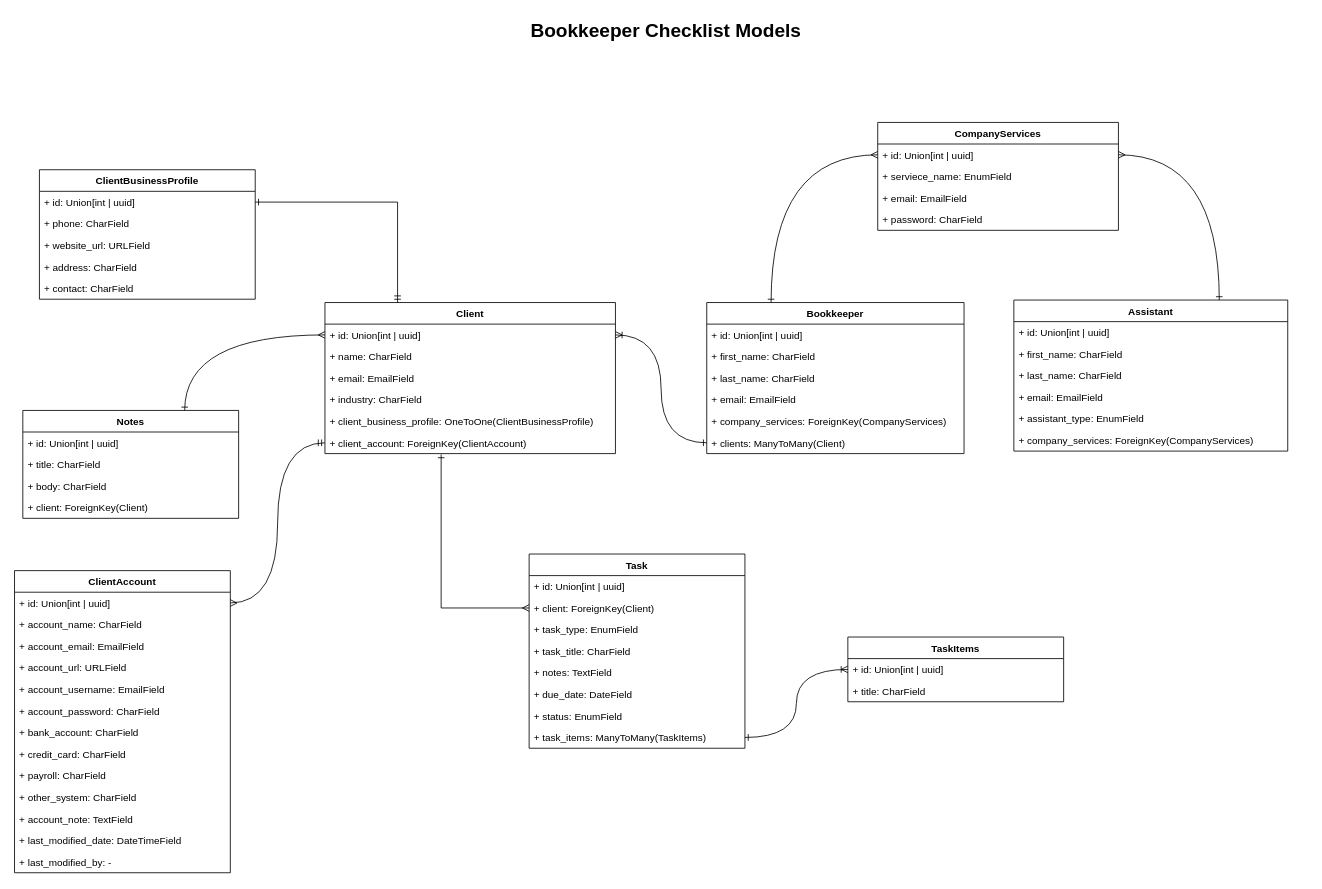
Before: docs/BookkeeperChecklistModels.drawio in ibm-luq95/bookkeeper-checklist, a draw.io diagram. Source tidied: cells renumbered, new cells numbered last; positions are measured from the earlier drawing's top-left corner, leaving out a move shared by most shapes. Both pictures are drawn from the tidied source at 83%, with x=0, y=0 at pixel (14, 14).
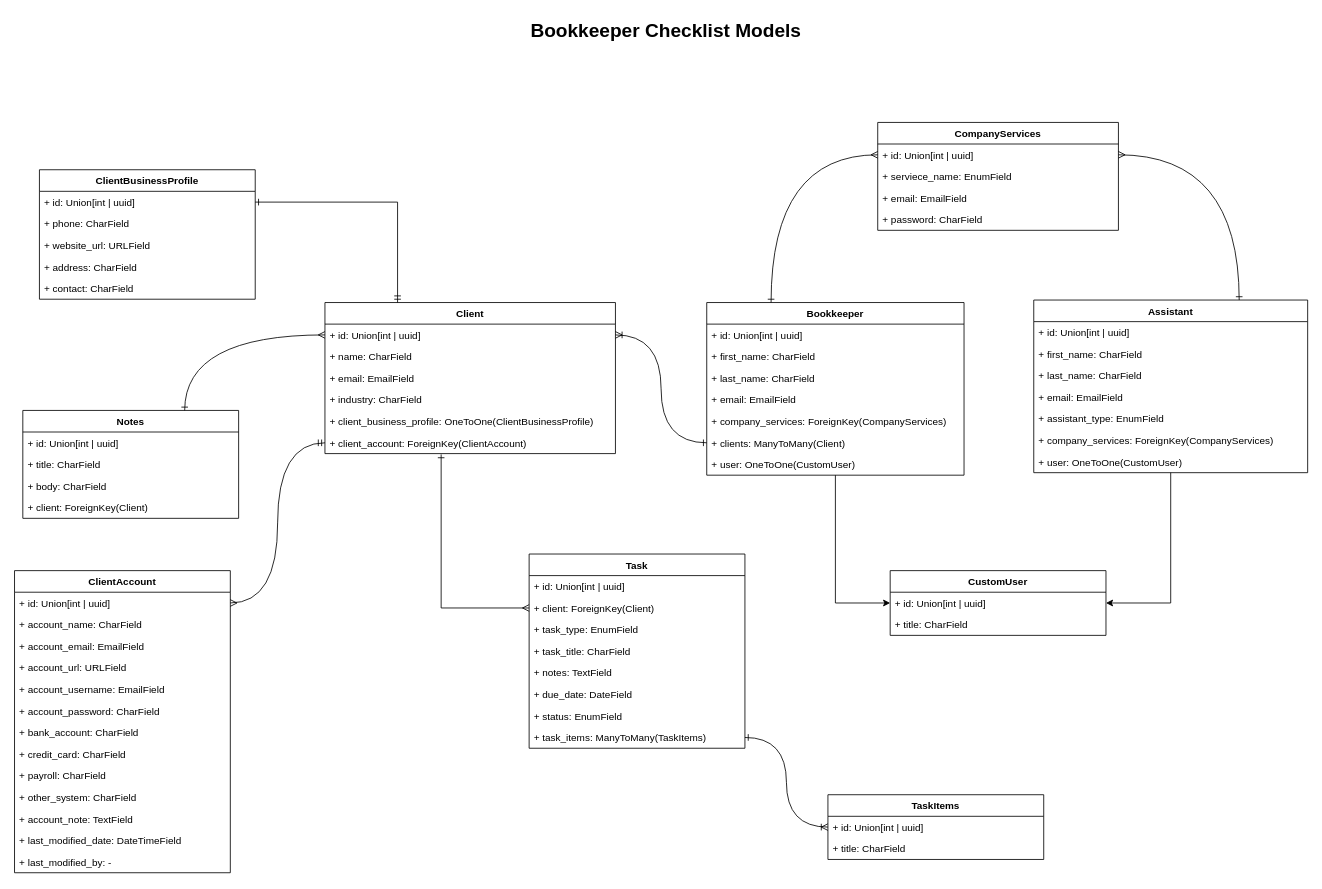
The same diagram, later.

Diff of the diagram source:
```diff
@@
+    <mxCell id="74" style="edgeStyle=orthogonalEdgeStyle;rounded=0;jettySize=auto;html=1;entryX=0;entryY=0.5;entryDx=0;entryDy=0;" parent="1" edge="1" source="30" target="79">
+      <mxGeometry relative="1" as="geometry" />
+    </mxCell>
     <mxCell id="30" value="Bookkeeper" style="swimlane;fontStyle=1;horizontal=1;startSize=26;fillColor=none;" parent="1" vertex="1">
-      <mxGeometry x="834" y="347" width="310" height="182" as="geometry" />
+      <mxGeometry x="834" y="347" width="310" height="208" as="geometry" />
     </mxCell>
@@
+    <mxCell id="75" value="+ user: OneToOne(CustomUser)" style="text;strokeColor=none;fillColor=none;align=left;verticalAlign=top;spacingLeft=4;spacingRight=4;overflow=hidden;" parent="30" vertex="1">
+      <mxGeometry y="182" width="310" height="26" as="geometry" />
+    </mxCell>
@@
+    <mxCell id="76" style="edgeStyle=orthogonalEdgeStyle;rounded=0;jettySize=auto;html=1;" parent="1" edge="1" source="43" target="79">
+      <mxGeometry relative="1" as="geometry" />
+    </mxCell>
     <mxCell id="43" value="Assistant" style="swimlane;fontStyle=1;horizontal=1;startSize=26;fillColor=none;" parent="1" vertex="1">
-      <mxGeometry x="1204" y="344" width="330" height="182" as="geometry" />
+      <mxGeometry x="1228" y="344" width="330" height="208" as="geometry" />
     </mxCell>
@@
+    <mxCell id="77" value="+ user: OneToOne(CustomUser)" style="text;strokeColor=none;fillColor=none;align=left;verticalAlign=top;spacingLeft=4;spacingRight=4;overflow=hidden;" parent="43" vertex="1">
+      <mxGeometry y="182" width="330" height="26" as="geometry" />
+    </mxCell>
@@
     <mxCell id="59" value="TaskItems" style="swimlane;fontStyle=1;horizontal=1;startSize=26;fillColor=none;" parent="1" vertex="1">
-      <mxGeometry x="1004" y="750" width="260" height="78" as="geometry" />
+      <mxGeometry x="980" y="940" width="260" height="78" as="geometry" />
     </mxCell>
@@
+    <mxCell id="78" value="CustomUser" style="swimlane;fontStyle=1;horizontal=1;startSize=26;fillColor=none;" parent="1" vertex="1">
+      <mxGeometry x="1055" y="670" width="260" height="78" as="geometry" />
+    </mxCell>
+    <mxCell id="79" value="+ id: Union[int | uuid] " style="text;strokeColor=none;fillColor=none;align=left;verticalAlign=top;spacingLeft=4;spacingRight=4;overflow=hidden;points=[[0,0.5],[1,0.5]];portConstraint=eastwest;" parent="78" vertex="1">
+      <mxGeometry y="26" width="260" height="26" as="geometry" />
+    </mxCell>
+    <mxCell id="80" value="+ title: CharField" style="text;strokeColor=none;fillColor=none;align=left;verticalAlign=top;spacingLeft=4;spacingRight=4;overflow=hidden;" parent="78" vertex="1">
+      <mxGeometry y="52" width="260" height="26" as="geometry" />
+    </mxCell>
```
